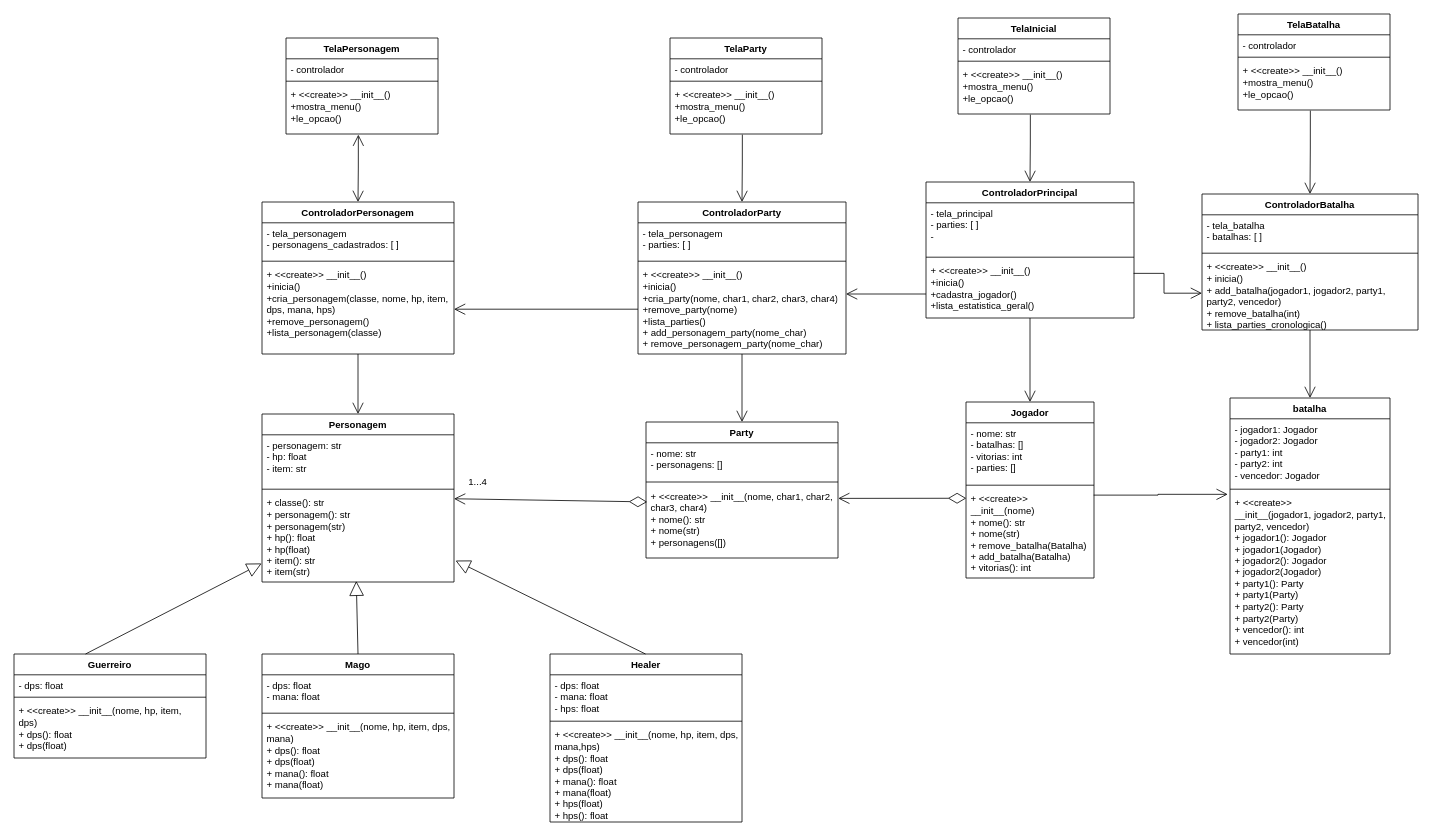
Coelho50/DSO_T1 keeps this draw.io diagram as MVC_RPG.drawio. Above is the earlier version. Source tidied: cells renumbered, new cells numbered last; positions are measured from the earlier drawing's top-left corner, leaving out a move shared by most shapes. Both pictures are drawn from the tidied source at 80%, with x=0, y=0 at pixel (14, 14).
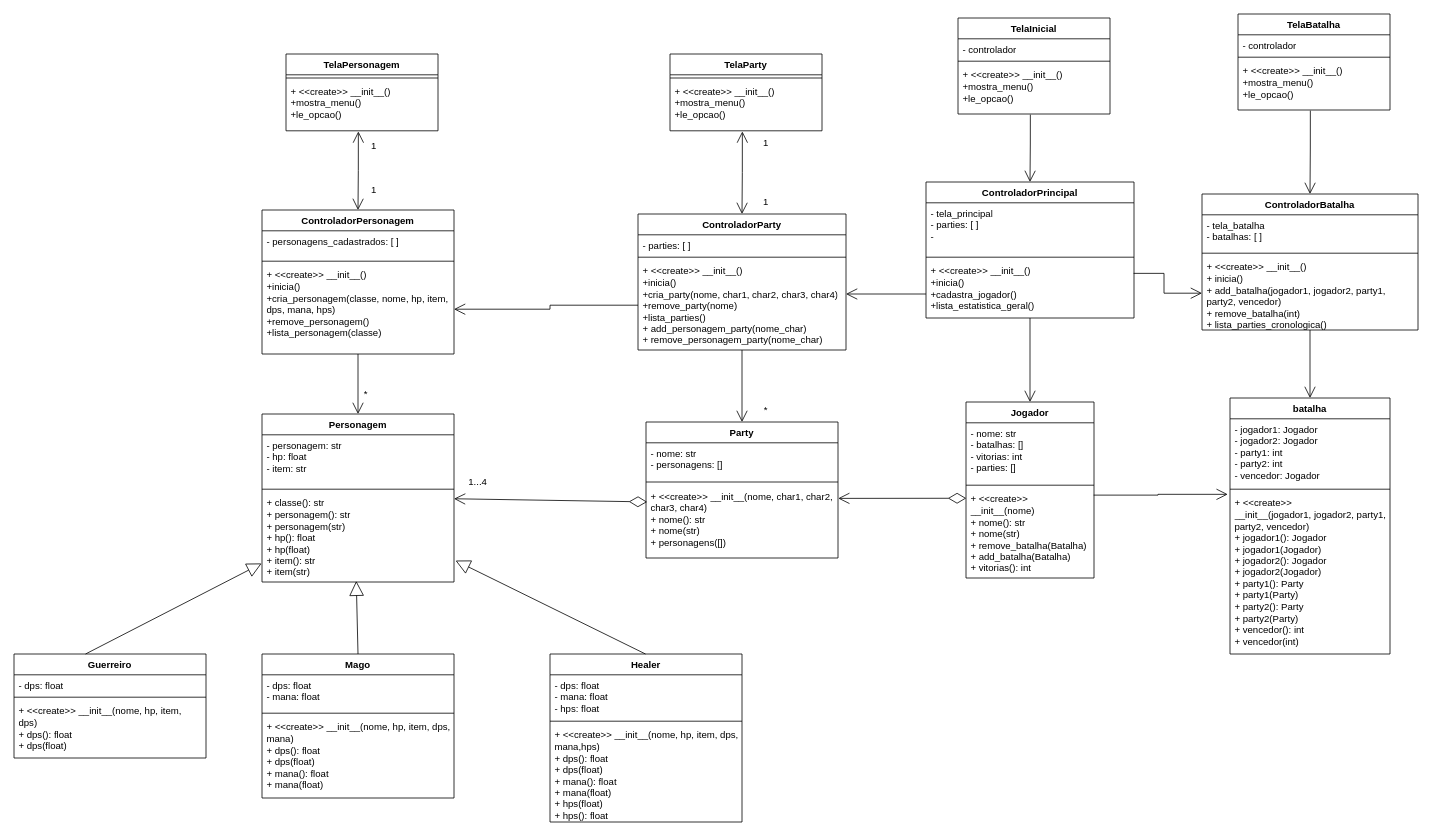
After the change.

The edit, as a diff of the source:
```diff
@@
     <mxCell id="37" value="TelaPersonagem" style="swimlane;fontStyle=1;align=center;verticalAlign=top;horizontal=1;startSize=26;whiteSpace=wrap;html=1;" parent="1" vertex="1">
-      <mxGeometry x="340" y="30" width="190" height="120" as="geometry" />
+      <mxGeometry x="340" y="50" width="190" height="96" as="geometry" />
     </mxCell>
-    <mxCell id="38" value="- controlador" style="text;strokeColor=none;fillColor=none;align=left;verticalAlign=top;spacingLeft=4;spacingRight=4;overflow=hidden;whiteSpace=wrap;html=1;" parent="37" vertex="1">
-      <mxGeometry y="26" width="190" height="24" as="geometry" />
-    </mxCell>
     <mxCell id="39" style="line;strokeWidth=1;fillColor=none;align=left;verticalAlign=middle;spacingTop=-1;spacingLeft=3;spacingRight=3;labelPosition=right;strokeColor=inherit;" parent="37" vertex="1">
-      <mxGeometry y="50" width="190" height="8" as="geometry" />
+      <mxGeometry y="26" width="190" height="8" as="geometry" />
     </mxCell>
     <mxCell id="40" value="&lt;div&gt;+ &amp;lt;&amp;lt;create&amp;gt;&amp;gt; &lt;span style=&quot;background-color: initial;&quot;&gt;__init__()&lt;/span&gt;&lt;/div&gt;&lt;div&gt;+mostra_menu()&lt;/div&gt;&lt;div&gt;&lt;div&gt;+le_opcao()&lt;/div&gt;&lt;/div&gt;&lt;div&gt;&lt;br&gt;&lt;/div&gt;" style="text;strokeColor=none;fillColor=none;align=left;verticalAlign=top;spacingLeft=4;spacingRight=4;overflow=hidden;points=[[0,0.5],[1,0.5]];portConstraint=eastwest;whiteSpace=wrap;html=1;" parent="37" vertex="1">
-      <mxGeometry y="58" width="190" height="62" as="geometry" />
+      <mxGeometry y="34" width="190" height="62" as="geometry" />
     </mxCell>
     <mxCell id="41" value="ControladorPersonagem" style="swimlane;fontStyle=1;align=center;verticalAlign=top;horizontal=1;startSize=26;whiteSpace=wrap;html=1;" parent="1" vertex="1">
-      <mxGeometry x="310" y="235" width="240" height="190" as="geometry" />
+      <mxGeometry x="310" y="245" width="240" height="180" as="geometry" />
     </mxCell>
-    <mxCell id="42" value="- tela_personagem&lt;br&gt;&lt;div&gt;- personagens_cadastrados: [ ]&lt;/div&gt;" style="text;strokeColor=none;fillColor=none;align=left;verticalAlign=top;spacingLeft=4;spacingRight=4;overflow=hidden;whiteSpace=wrap;html=1;" parent="41" vertex="1">
-      <mxGeometry y="26" width="240" height="44" as="geometry" />
+    <mxCell id="42" value="&lt;div&gt;- personagens_cadastrados: [ ]&lt;/div&gt;" style="text;strokeColor=none;fillColor=none;align=left;verticalAlign=top;spacingLeft=4;spacingRight=4;overflow=hidden;whiteSpace=wrap;html=1;" parent="41" vertex="1">
+      <mxGeometry y="26" width="240" height="34" as="geometry" />
     </mxCell>
     <mxCell id="43" style="line;strokeWidth=1;fillColor=none;align=left;verticalAlign=middle;spacingTop=-1;spacingLeft=3;spacingRight=3;labelPosition=right;strokeColor=inherit;" parent="41" vertex="1">
-      <mxGeometry y="70" width="240" height="8" as="geometry" />
+      <mxGeometry y="60" width="240" height="8" as="geometry" />
     </mxCell>
     <mxCell id="44" value="&lt;div&gt;+ &amp;lt;&amp;lt;create&amp;gt;&amp;gt; &lt;span style=&quot;background-color: initial;&quot;&gt;__init__()&lt;/span&gt;&lt;/div&gt;&lt;div&gt;&lt;span style=&quot;background-color: initial;&quot;&gt;+inicia()&lt;br&gt;&lt;/span&gt;&lt;/div&gt;&lt;div&gt;+cria_personagem(classe, nome, hp, item, dps, mana, hps)&lt;/div&gt;&lt;div&gt;&lt;div&gt;+remove_personagem()&lt;/div&gt;&lt;div&gt;+lista_personagem(classe)&lt;br&gt;&lt;/div&gt;&lt;/div&gt;&lt;div&gt;&lt;br&gt;&lt;/div&gt;" style="text;strokeColor=none;fillColor=none;align=left;verticalAlign=top;spacingLeft=4;spacingRight=4;overflow=hidden;points=[[0,0.5],[1,0.5]];portConstraint=eastwest;whiteSpace=wrap;html=1;" parent="41" vertex="1">
-      <mxGeometry y="78" width="240" height="112" as="geometry" />
+      <mxGeometry y="68" width="240" height="112" as="geometry" />
     </mxCell>
@@
     <mxCell id="47" value="TelaParty" style="swimlane;fontStyle=1;align=center;verticalAlign=top;horizontal=1;startSize=26;whiteSpace=wrap;html=1;" parent="1" vertex="1">
-      <mxGeometry x="820" y="30" width="190" height="120" as="geometry" />
+      <mxGeometry x="820" y="50" width="190" height="96" as="geometry" />
     </mxCell>
-    <mxCell id="48" value="- controlador" style="text;strokeColor=none;fillColor=none;align=left;verticalAlign=top;spacingLeft=4;spacingRight=4;overflow=hidden;whiteSpace=wrap;html=1;" parent="47" vertex="1">
-      <mxGeometry y="26" width="190" height="24" as="geometry" />
-    </mxCell>
     <mxCell id="49" style="line;strokeWidth=1;fillColor=none;align=left;verticalAlign=middle;spacingTop=-1;spacingLeft=3;spacingRight=3;labelPosition=right;strokeColor=inherit;" parent="47" vertex="1">
-      <mxGeometry y="50" width="190" height="8" as="geometry" />
+      <mxGeometry y="26" width="190" height="8" as="geometry" />
     </mxCell>
     <mxCell id="50" value="&lt;div&gt;+ &amp;lt;&amp;lt;create&amp;gt;&amp;gt; &lt;span style=&quot;background-color: initial;&quot;&gt;__init__()&lt;/span&gt;&lt;/div&gt;&lt;div&gt;+mostra_menu()&lt;/div&gt;&lt;div&gt;&lt;div&gt;+le_opcao()&lt;/div&gt;&lt;/div&gt;&lt;div&gt;&lt;br&gt;&lt;/div&gt;" style="text;strokeColor=none;fillColor=none;align=left;verticalAlign=top;spacingLeft=4;spacingRight=4;overflow=hidden;points=[[0,0.5],[1,0.5]];portConstraint=eastwest;whiteSpace=wrap;html=1;" parent="47" vertex="1">
-      <mxGeometry y="58" width="190" height="62" as="geometry" />
+      <mxGeometry y="34" width="190" height="62" as="geometry" />
     </mxCell>
     <mxCell id="51" value="ControladorParty" style="swimlane;fontStyle=1;align=center;verticalAlign=top;horizontal=1;startSize=26;whiteSpace=wrap;html=1;" parent="1" vertex="1">
-      <mxGeometry x="780" y="235" width="260" height="190" as="geometry" />
+      <mxGeometry x="780" y="250" width="260" height="170" as="geometry" />
     </mxCell>
-    <mxCell id="52" value="- tela_personagem&lt;br&gt;&lt;div&gt;- parties: [ ]&lt;/div&gt;" style="text;strokeColor=none;fillColor=none;align=left;verticalAlign=top;spacingLeft=4;spacingRight=4;overflow=hidden;whiteSpace=wrap;html=1;" parent="51" vertex="1">
-      <mxGeometry y="26" width="260" height="44" as="geometry" />
+    <mxCell id="52" value="&lt;div&gt;- parties: [ ]&lt;/div&gt;" style="text;strokeColor=none;fillColor=none;align=left;verticalAlign=top;spacingLeft=4;spacingRight=4;overflow=hidden;whiteSpace=wrap;html=1;" parent="51" vertex="1">
+      <mxGeometry y="26" width="260" height="24" as="geometry" />
     </mxCell>
     <mxCell id="53" style="line;strokeWidth=1;fillColor=none;align=left;verticalAlign=middle;spacingTop=-1;spacingLeft=3;spacingRight=3;labelPosition=right;strokeColor=inherit;" parent="51" vertex="1">
-      <mxGeometry y="70" width="260" height="8" as="geometry" />
+      <mxGeometry y="50" width="260" height="8" as="geometry" />
     </mxCell>
     <mxCell id="54" value="&lt;div&gt;+ &amp;lt;&amp;lt;create&amp;gt;&amp;gt; &lt;span style=&quot;background-color: initial;&quot;&gt;__init__()&lt;/span&gt;&lt;/div&gt;&lt;div&gt;&lt;span style=&quot;background-color: initial;&quot;&gt;+inicia()&lt;br&gt;&lt;/span&gt;&lt;/div&gt;&lt;div&gt;+cria_party(&lt;span style=&quot;background-color: initial;&quot;&gt;nome, char1, char2, char3, char4&lt;/span&gt;)&lt;/div&gt;&lt;div&gt;&lt;div&gt;+remove_party(nome)&lt;/div&gt;&lt;div&gt;+lista_parties()&lt;/div&gt;&lt;div&gt;&lt;div&gt;+ add_personagem_party(nome_char)&lt;/div&gt;&lt;div&gt;+ remove_personagem_party(nome_char)&lt;/div&gt;&lt;/div&gt;&lt;/div&gt;&lt;div&gt;&lt;br&gt;&lt;/div&gt;" style="text;strokeColor=none;fillColor=none;align=left;verticalAlign=top;spacingLeft=4;spacingRight=4;overflow=hidden;points=[[0,0.5],[1,0.5]];portConstraint=eastwest;whiteSpace=wrap;html=1;" parent="51" vertex="1">
-      <mxGeometry y="78" width="260" height="112" as="geometry" />
+      <mxGeometry y="58" width="260" height="112" as="geometry" />
     </mxCell>
@@
-    <mxCell id="56" style="edgeStyle=orthogonalEdgeStyle;rounded=0;jettySize=auto;html=1;exitX=0.476;exitY=1.013;exitDx=0;exitDy=0;endArrow=open;endFill=0;startSize=12;endSize=12;exitPerimeter=0;entryX=0.5;entryY=0;entryDx=0;entryDy=0;" parent="1" edge="1" source="50" target="51">
+    <mxCell id="56" style="edgeStyle=orthogonalEdgeStyle;rounded=0;jettySize=auto;html=1;exitX=0.476;exitY=1.013;exitDx=0;exitDy=0;endArrow=open;endFill=0;startSize=12;endSize=12;exitPerimeter=0;entryX=0.5;entryY=0;entryDx=0;entryDy=0;startArrow=open;startFill=0;" parent="1" edge="1" source="50" target="51">
       <mxGeometry relative="1" as="geometry" />
     </mxCell>
@@
+    <mxCell id="80" value="*" style="text;html=1;align=center;verticalAlign=middle;whiteSpace=wrap;rounded=0;" parent="1" vertex="1">
+      <mxGeometry x="410" y="460" width="60" height="30" as="geometry" />
+    </mxCell>
+    <mxCell id="81" value="1" style="text;html=1;align=center;verticalAlign=middle;whiteSpace=wrap;rounded=0;" parent="1" vertex="1">
+      <mxGeometry x="420" y="205" width="60" height="30" as="geometry" />
+    </mxCell>
+    <mxCell id="82" value="1" style="text;html=1;align=center;verticalAlign=middle;whiteSpace=wrap;rounded=0;" parent="1" vertex="1">
+      <mxGeometry x="420" y="150" width="60" height="30" as="geometry" />
+    </mxCell>
+    <mxCell id="83" value="1" style="text;html=1;align=center;verticalAlign=middle;whiteSpace=wrap;rounded=0;" parent="1" vertex="1">
+      <mxGeometry x="910" y="146" width="60" height="30" as="geometry" />
+    </mxCell>
+    <mxCell id="84" value="1" style="text;html=1;align=center;verticalAlign=middle;whiteSpace=wrap;rounded=0;" parent="1" vertex="1">
+      <mxGeometry x="910" y="220" width="60" height="30" as="geometry" />
+    </mxCell>
+    <mxCell id="85" value="*" style="text;html=1;align=center;verticalAlign=middle;whiteSpace=wrap;rounded=0;" parent="1" vertex="1">
+      <mxGeometry x="910" y="480" width="60" height="30" as="geometry" />
+    </mxCell>
```
